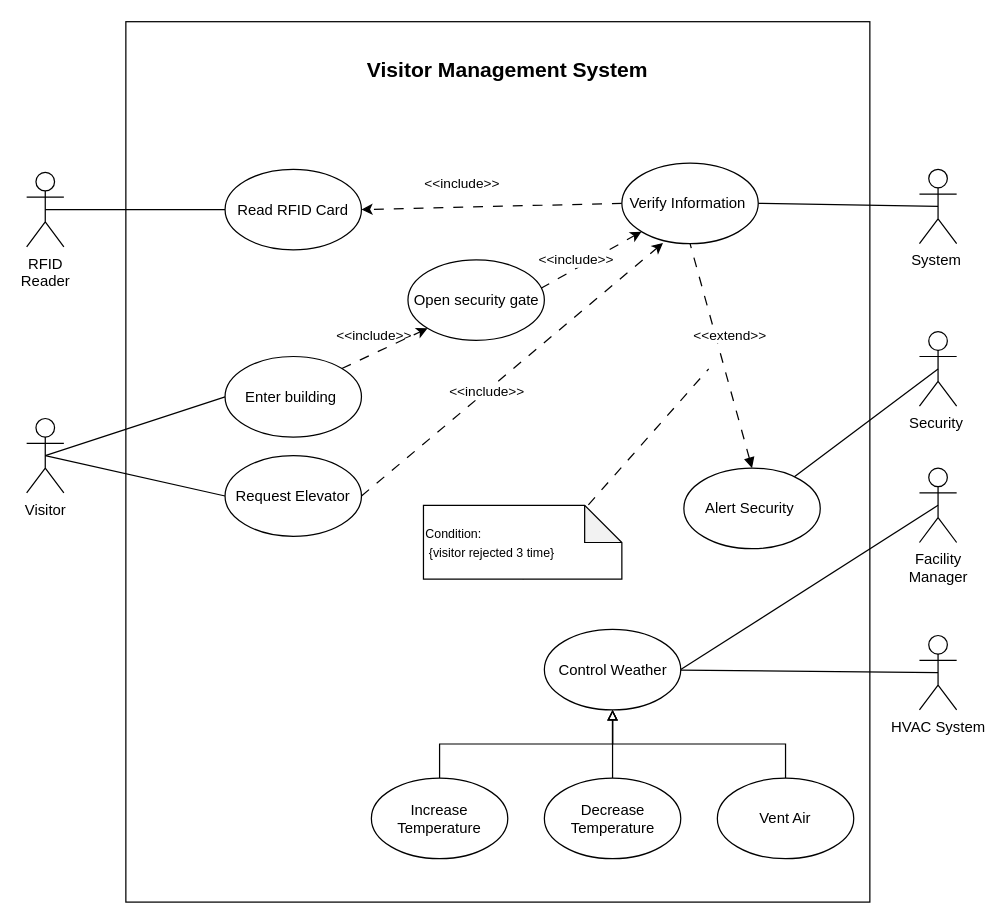
Above: use_case_diagram.drawio.xml in Munirah97/SWE555-PROJECT (draw.io), before the change. Source tidied: cells renumbered, new cells numbered last; positions are measured from the earlier drawing's top-left corner, leaving out a move shared by most shapes. Both pictures are drawn from the tidied source at 124%, with x=0, y=0 at pixel (26, 21).
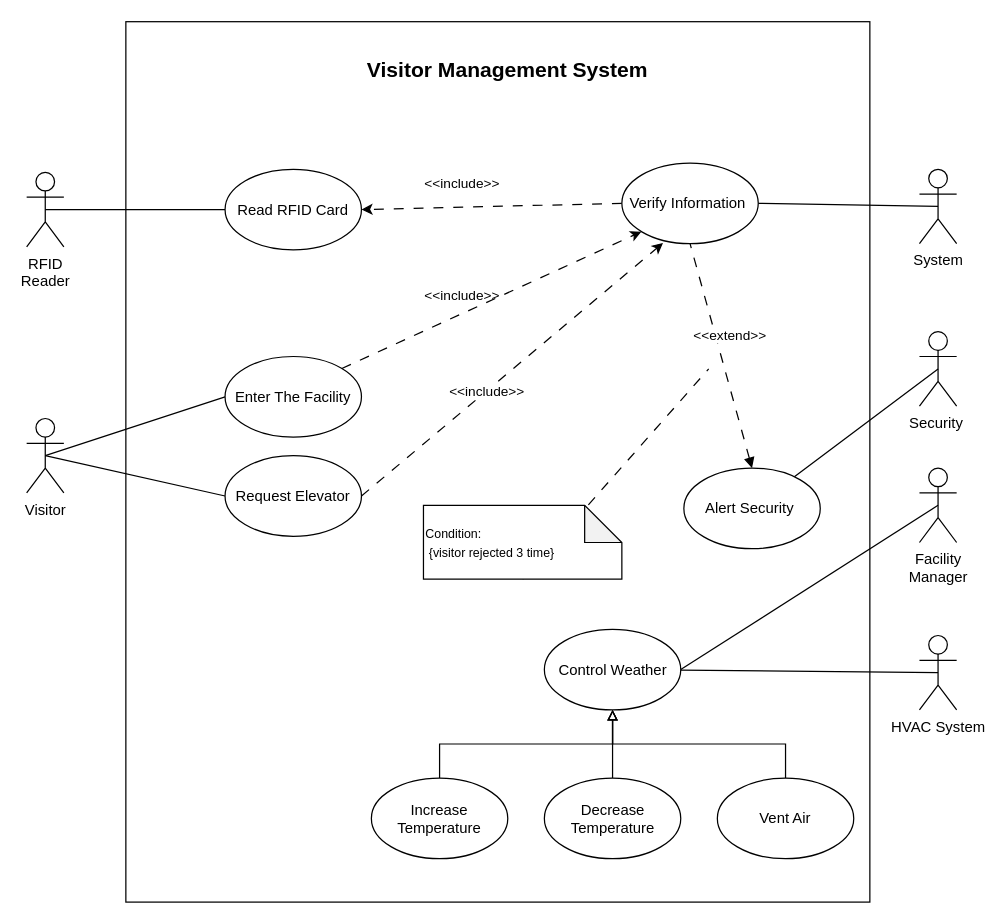
The same diagram, later.

Unchanged cells that the change refers to:
```xml
<mxCell id="23" value="Verify Information&amp;nbsp;" style="ellipse;whiteSpace=wrap;html=1;" parent="1" vertex="1">
  <mxGeometry x="480" y="114" width="110" height="65" as="geometry" />
</mxCell>
```

What changed in the source:
```diff
@@
-    <mxCell id="14" style="rounded=0;jettySize=auto;html=1;dashed=1;entryX=0;entryY=1;entryDx=0;entryDy=0;dashPattern=8 8;exitX=0.972;exitY=0.357;exitDx=0;exitDy=0;exitPerimeter=0;" parent="1" edge="1" source="39" target="23">
-      <mxGeometry relative="1" as="geometry" />
-    </mxCell>
-    <mxCell id="15" value="Enter building&amp;nbsp;" style="ellipse;whiteSpace=wrap;html=1;" parent="1" vertex="1">
+    <mxCell id="15" value="Enter The Facility" style="ellipse;whiteSpace=wrap;html=1;" parent="1" vertex="1">
       <mxGeometry x="160" y="270" width="110" height="65" as="geometry" />
     </mxCell>
@@
-    <mxCell id="37" value="System&amp;nbsp;" style="shape=umlActor;verticalLabelPosition=bottom;verticalAlign=top;html=1;outlineConnect=0;" parent="1" vertex="1">
+    <mxCell id="37" value="System" style="shape=umlActor;verticalLabelPosition=bottom;verticalAlign=top;html=1;outlineConnect=0;" parent="1" vertex="1">
       <mxGeometry x="720" y="119" width="30" height="60" as="geometry" />
     </mxCell>
-    <mxCell id="38" value="&#10;&lt;span style=&quot;color: rgb(0, 0, 0); font-family: Helvetica; font-size: 11px; font-style: normal; font-variant-ligatures: normal; font-variant-caps: normal; font-weight: 400; letter-spacing: normal; orphans: 2; text-align: center; text-indent: 0px; text-transform: none; widows: 2; word-spacing: 0px; -webkit-text-stroke-width: 0px; text-decoration-thickness: initial; text-decoration-style: initial; text-decoration-color: initial; float: none; display: inline !important;&quot;&gt;&amp;lt;&amp;lt;include&amp;gt;&amp;gt;&lt;/span&gt;&#10;&#10;" style="rounded=0;jettySize=auto;html=1;dashed=1;entryX=0;entryY=1;entryDx=0;entryDy=0;dashPattern=8 8;exitX=1;exitY=0;exitDx=0;exitDy=0;labelBackgroundColor=none;" parent="1" edge="1" source="15" target="39">
+    <mxCell id="38" value="&#10;&lt;span style=&quot;color: rgb(0, 0, 0); font-family: Helvetica; font-size: 11px; font-style: normal; font-variant-ligatures: normal; font-variant-caps: normal; font-weight: 400; letter-spacing: normal; orphans: 2; text-align: center; text-indent: 0px; text-transform: none; widows: 2; word-spacing: 0px; -webkit-text-stroke-width: 0px; text-decoration-thickness: initial; text-decoration-style: initial; text-decoration-color: initial; float: none; display: inline !important;&quot;&gt;&amp;lt;&amp;lt;include&amp;gt;&amp;gt;&lt;/span&gt;&#10;&#10;" style="rounded=0;jettySize=auto;html=1;dashed=1;entryX=0;entryY=1;entryDx=0;entryDy=0;dashPattern=8 8;exitX=1;exitY=0;exitDx=0;exitDy=0;labelBackgroundColor=none;" parent="1" edge="1" source="15" target="23">
       <mxGeometry x="-0.17" y="7" relative="1" as="geometry" />
     </mxCell>
-    <mxCell id="39" value="Open security gate" style="ellipse;whiteSpace=wrap;html=1;" parent="1" vertex="1">
-      <mxGeometry x="307.5" y="192" width="110" height="65" as="geometry" />
-    </mxCell>
-    <mxCell id="40" value="&amp;lt;&amp;lt;include&amp;gt;&amp;gt;" style="edgeLabel;html=1;align=center;verticalAlign=middle;" parent="1" vertex="1">
-      <mxGeometry x="440" y="192" as="geometry">
-        <mxPoint x="2" y="-1" as="offset" />
-      </mxGeometry>
-    </mxCell>
```
